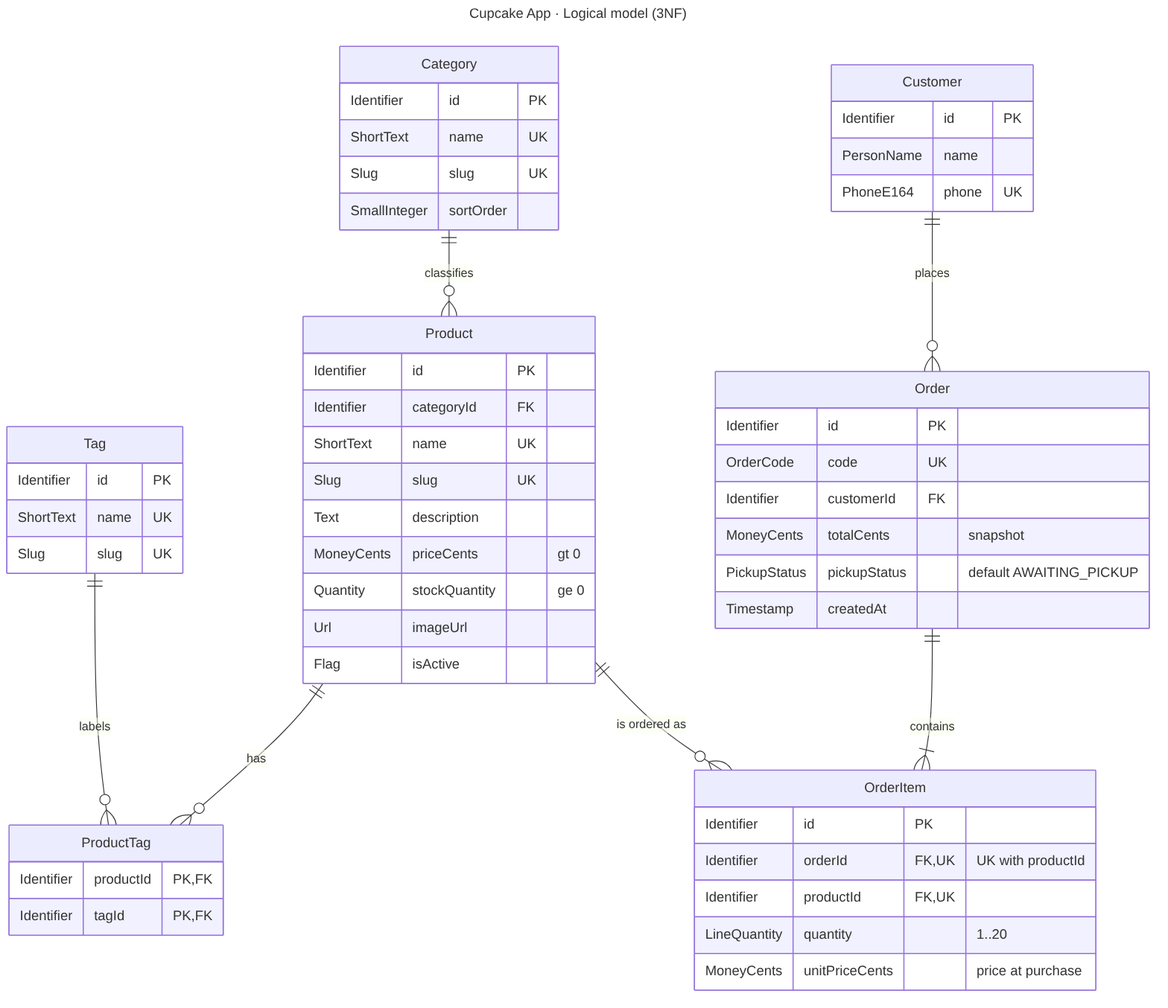
Earlier version of the Mermaid export docs/diagrams/database/er-logical.png (tiagopacedev/cupcake-app). Its source is kept beside it as docs/diagrams/database/er-logical.mmd. The source it was exported from:
```mermaid
---
title: Cupcake App · Logical model (3NF)
---
erDiagram
  Category ||--o{ Product : "classifies"
  Product ||--o{ ProductTag : "has"
  Tag ||--o{ ProductTag : "labels"
  Customer ||--o{ Order : "places"
  Order ||--|{ OrderItem : "contains"
  Product ||--o{ OrderItem : "is ordered as"

  Category {
    Identifier id PK
    ShortText name UK
    Slug slug UK
    SmallInteger sortOrder
  }
  Tag {
    Identifier id PK
    ShortText name UK
    Slug slug UK
  }
  Product {
    Identifier id PK
    Identifier categoryId FK
    ShortText name UK
    Slug slug UK
    Text description
    MoneyCents priceCents "gt 0"
    Quantity stockQuantity "ge 0"
    Url imageUrl
    Flag isActive
  }
  ProductTag {
    Identifier productId PK,FK
    Identifier tagId PK,FK
  }
  Customer {
    Identifier id PK
    PersonName name
    PhoneE164 phone UK
  }
  Order {
    Identifier id PK
    OrderCode code UK
    Identifier customerId FK
    MoneyCents totalCents "snapshot"
    PickupStatus pickupStatus "default AWAITING_PICKUP"
    Timestamp createdAt
  }
  OrderItem {
    Identifier id PK
    Identifier orderId FK,UK "UK with productId"
    Identifier productId FK,UK
    LineQuantity quantity "1..20"
    MoneyCents unitPriceCents "price at purchase"
  }
```
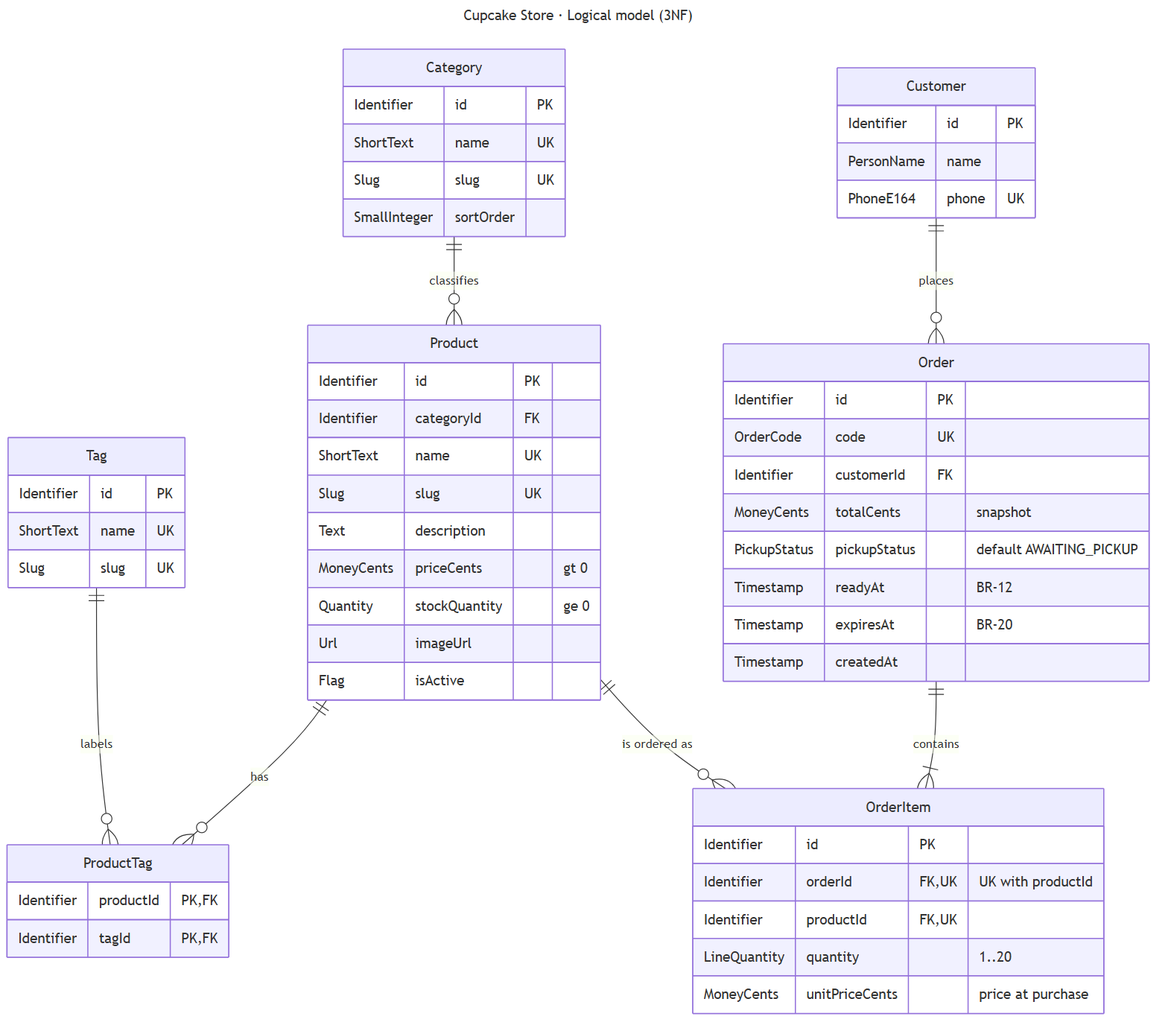
Later version of the same file.

The edit, as a diff of the source:
```diff
@@ -1,5 +1,5 @@
 ---
-title: Cupcake App · Logical model (3NF)
+title: Cupcake Store · Logical model (3NF)
 ---
 erDiagram
   Category ||--o{ Product : "classifies"
@@ -46,6 +46,8 @@
     Identifier customerId FK
     MoneyCents totalCents "snapshot"
     PickupStatus pickupStatus "default AWAITING_PICKUP"
+    Timestamp readyAt "BR-12"
+    Timestamp expiresAt "BR-20"
     Timestamp createdAt
   }
   OrderItem {
```
